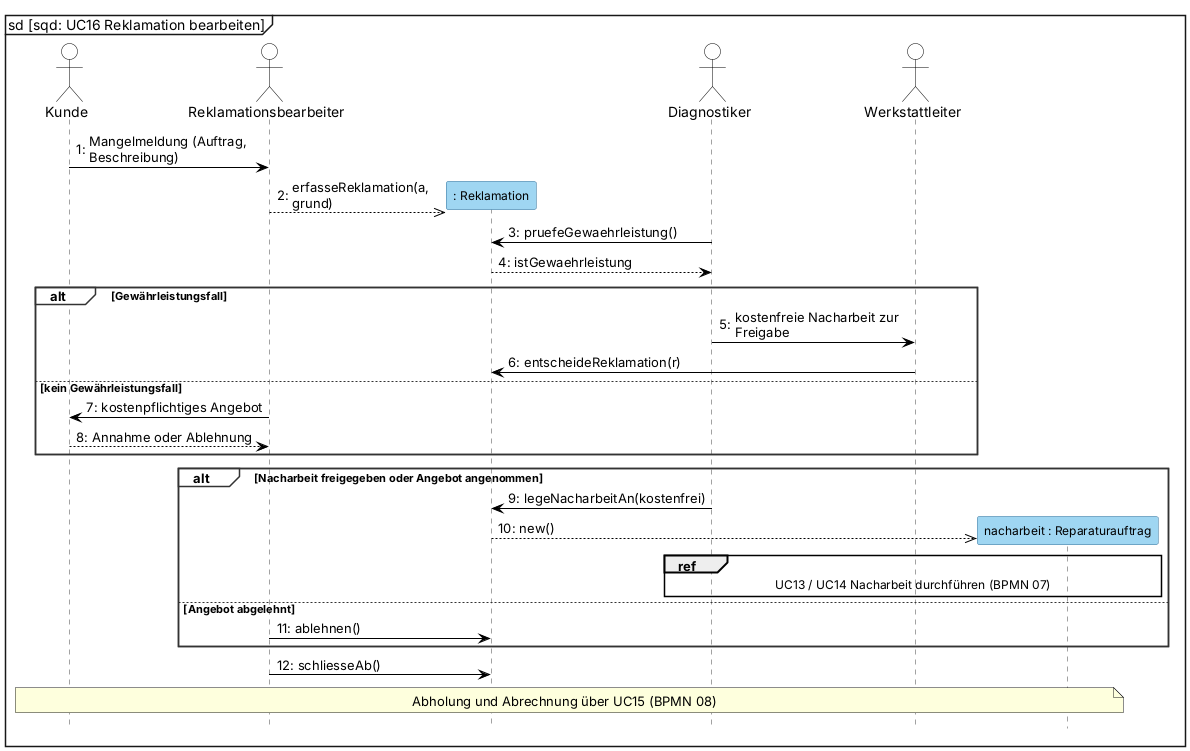
The PlantUML diagram 2_uml/entwurf-plantuml/sequenz-05-reklamation.png in jakobschwan123-cmd/casestudy-semester-3, before a commit.
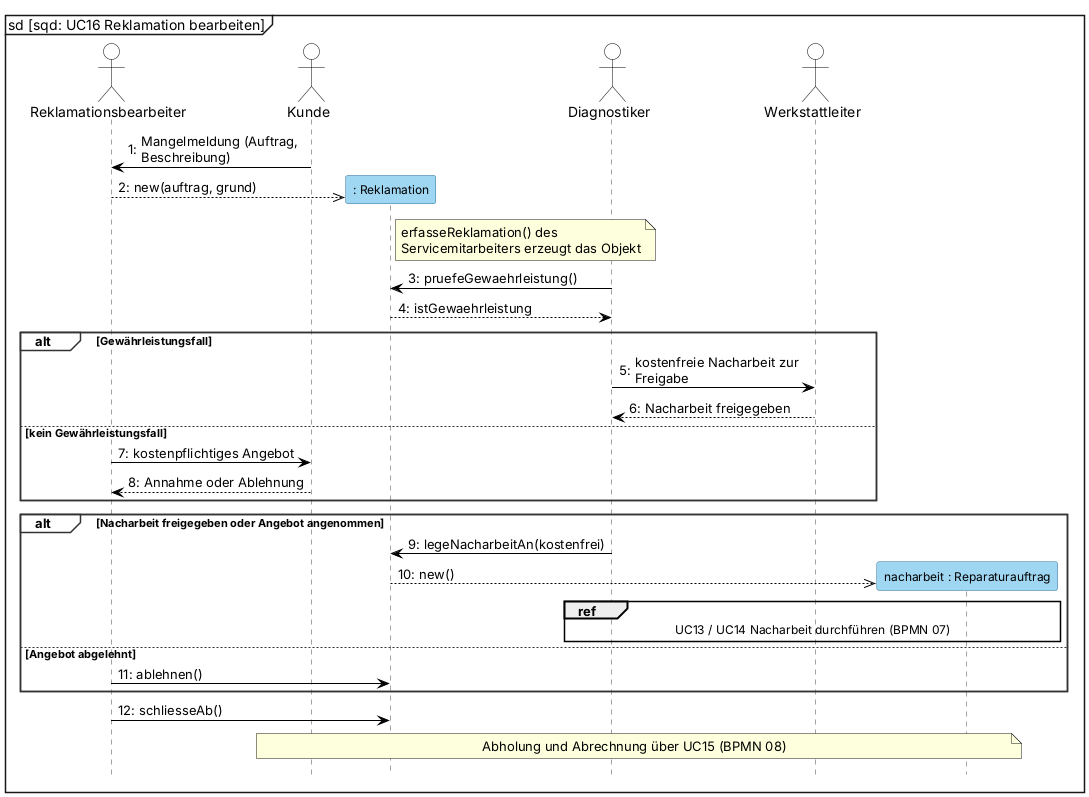
The same diagram one commit later.

Commit message:
[T05 2026-10-15] fix: consistency check of doc, BPMN, UML and slides; SD2/SD5 templates

Diff of the diagram source:
```diff
@@ -20,8 +20,8 @@
 hide footbox
 autonumber "0:"
 
+actor Reklamationsbearbeiter as SM
 actor Kunde
-actor Reklamationsbearbeiter as SM
 participant ": Reklamation" as REK
 actor Diagnostiker
 actor Werkstattleiter as WL
@@ -29,12 +29,13 @@
 
 Kunde -> SM : Mangelmeldung (Auftrag, Beschreibung)
 create REK
-SM -->> REK : erfasseReklamation(a, grund)
+SM -->> REK : new(auftrag, grund)
+note right of REK : erfasseReklamation() des\nServicemitarbeiters erzeugt das Objekt
 Diagnostiker -> REK : pruefeGewaehrleistung()
 REK --> Diagnostiker : istGewaehrleistung
 alt Gewährleistungsfall
     Diagnostiker -> WL : kostenfreie Nacharbeit zur Freigabe
-    WL -> REK : entscheideReklamation(r)
+    WL --> Diagnostiker : Nacharbeit freigegeben
 else kein Gewährleistungsfall
     SM -> Kunde : kostenpflichtiges Angebot
     Kunde --> SM : Annahme oder Ablehnung
```
